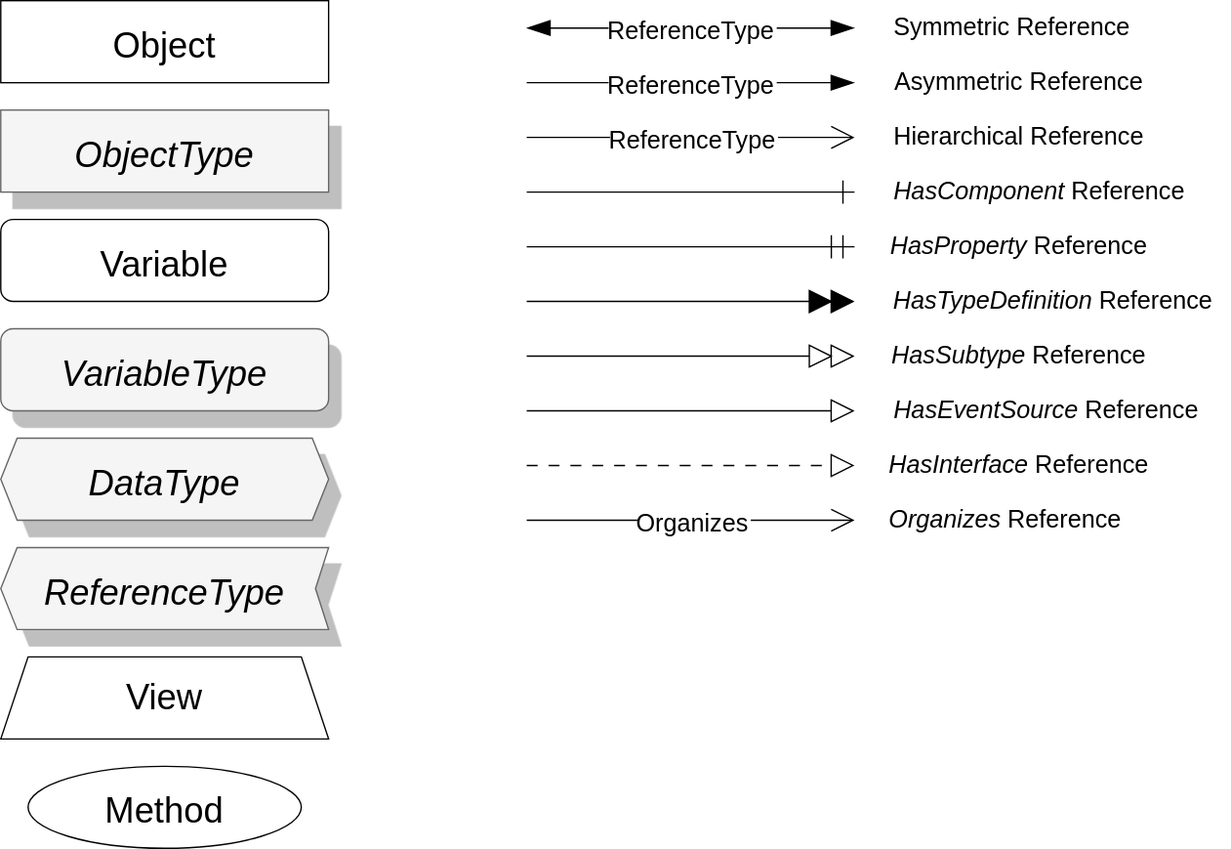
Above: showcase.drawio.svg in FMeinicke/OPC-UA-drawio (draw.io), before the change. Source tidied: cells renumbered, new cells last; positions are measured from the earlier drawing's top-left corner, leaving out a move shared by most shapes.
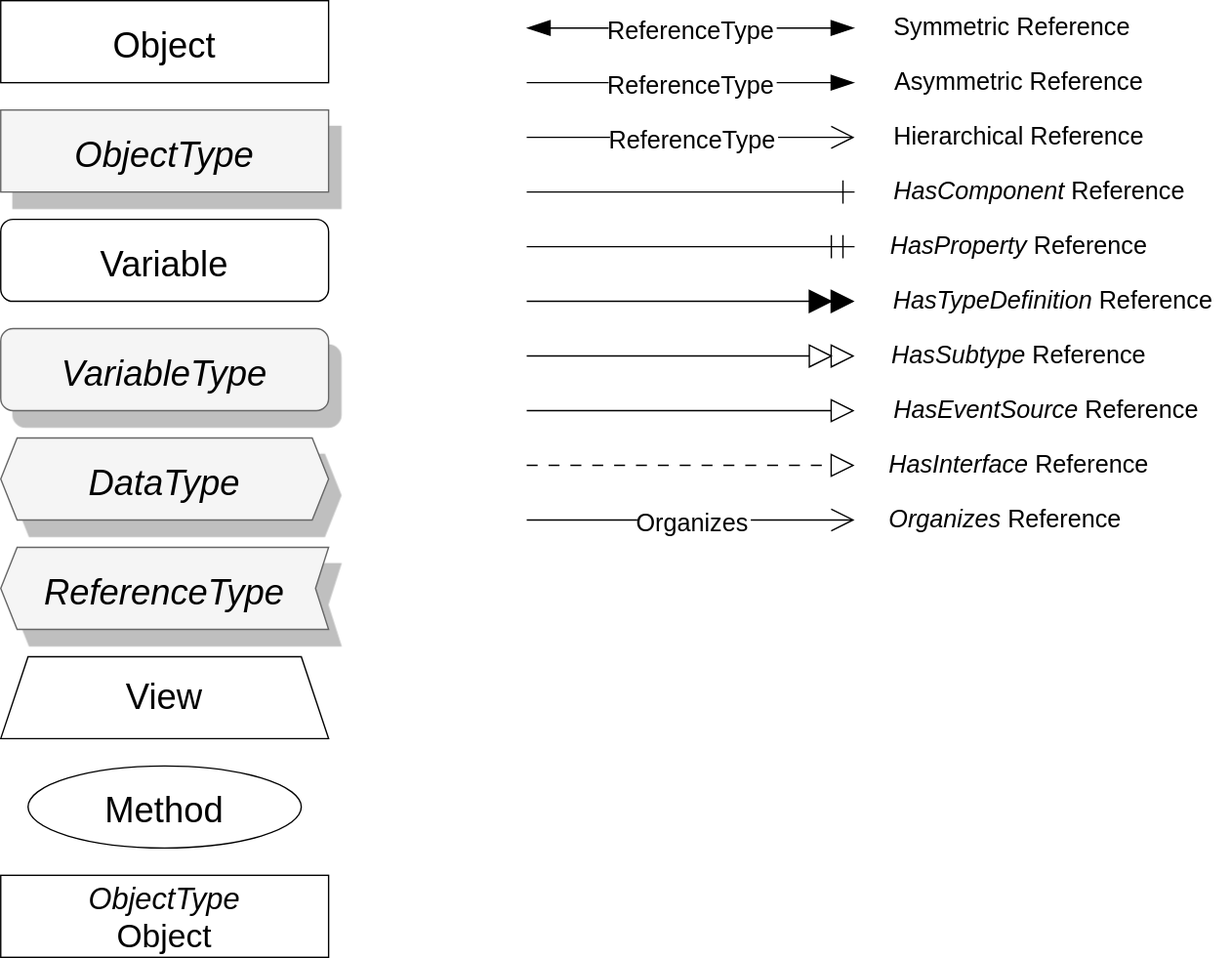
Above is the later version.

Commit message:
Add *Object Node with Type*

which uses OPC UA Extended Graphical Notation and update
showcase.drawio.svg

What changed in the source:
```diff
@@ -136,5 +136,14 @@
     <mxCell id="33" value="&lt;i&gt;Organizes&lt;/i&gt; Reference" style="text;html=1;align=center;verticalAlign=middle;strokeColor=none;fillColor=none;fontSize=18;" parent="1" vertex="1">
       <mxGeometry x="640" y="360" width="190" height="40" as="geometry" />
     </mxCell>
+    <mxCell id="34" style="group;" parent="1" vertex="1">
+      <mxGeometry y="640" width="240" height="60" as="geometry" />
+    </mxCell>
+    <mxCell id="35" value="&#10;Object" style="rounded=0;fontSize=24;spacingBottom=5;" parent="34" vertex="1">
+      <mxGeometry width="240" height="60" as="geometry" />
+    </mxCell>
+    <mxCell id="36" value="ObjectType" style="text;align=center;verticalAlign=middle;strokeColor=none;fillColor=none;fontSize=22;fontStyle=2;spacingBottom=10;spacing=0;" parent="34" vertex="1">
+      <mxGeometry x="55" width="130" height="40" as="geometry" />
+    </mxCell>
   </root>
 </mxGraphModel>
```
